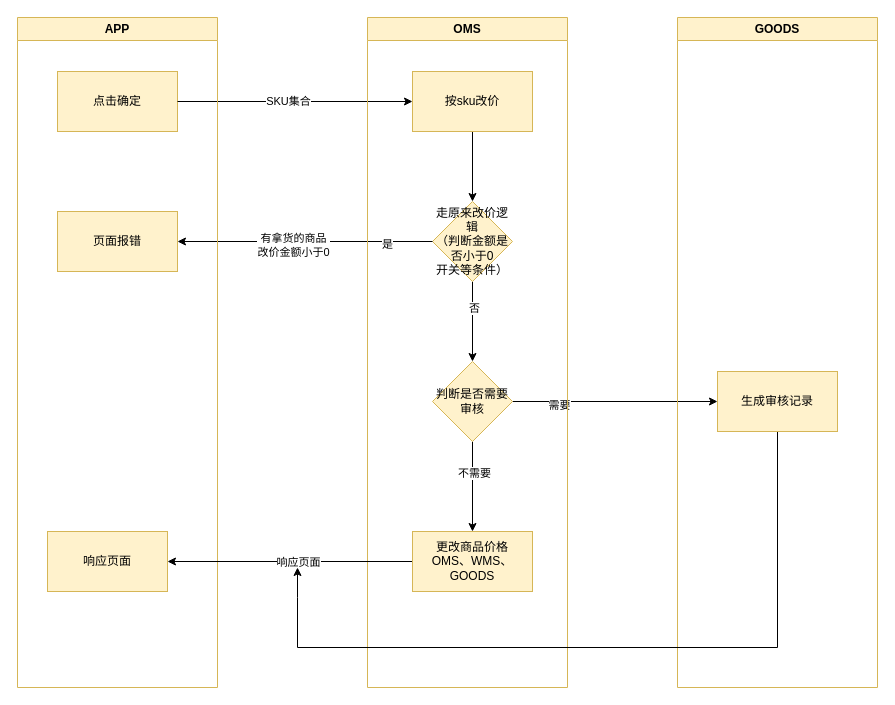
Before: 改价2.drawio in bian0814/draw.io, a draw.io diagram. Source tidied: cells renumbered, new cells numbered last; positions are measured from the earlier drawing's top-left corner, leaving out a move shared by most shapes. Both pictures are drawn from the tidied source at 100%, with x=0, y=0 at pixel (17, 17).
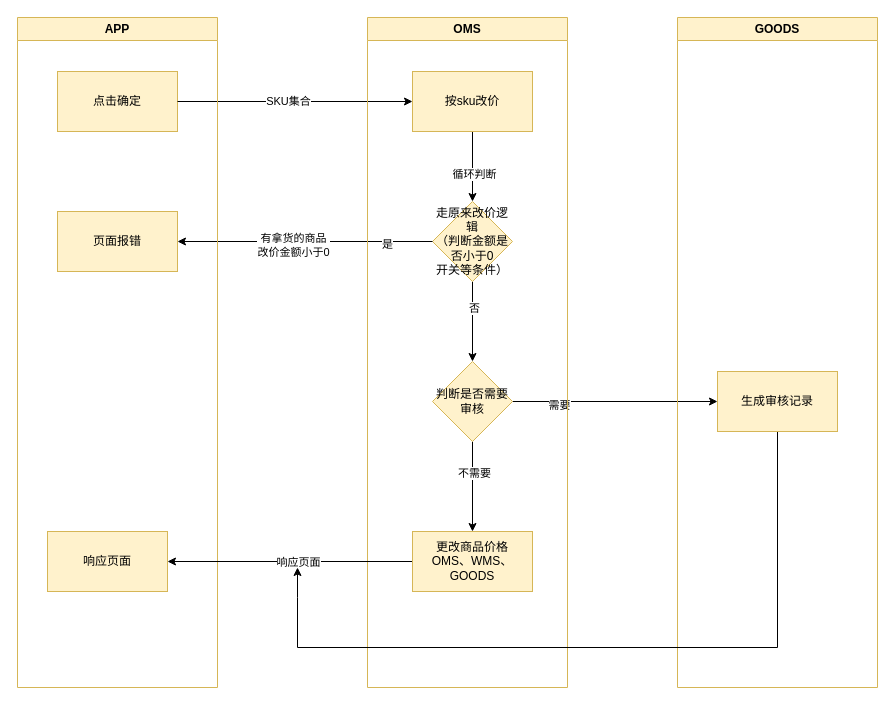
The same page after the edit.

Unchanged cells that the change refers to:
```xml
<mxCell id="4" style="edgeStyle=orthogonalEdgeStyle;rounded=0;jettySize=auto;html=1;" parent="1" edge="1" source="5" target="8">
  <mxGeometry relative="1" as="geometry" />
</mxCell>
```

The edit, as a diff of the source:
```diff
@@
+    <mxCell id="28" value="循环判断" style="edgeLabel;html=1;align=center;verticalAlign=middle;" parent="4" vertex="1">
+      <mxGeometry x="0.21" y="1" relative="1" as="geometry" />
+    </mxCell>
```
